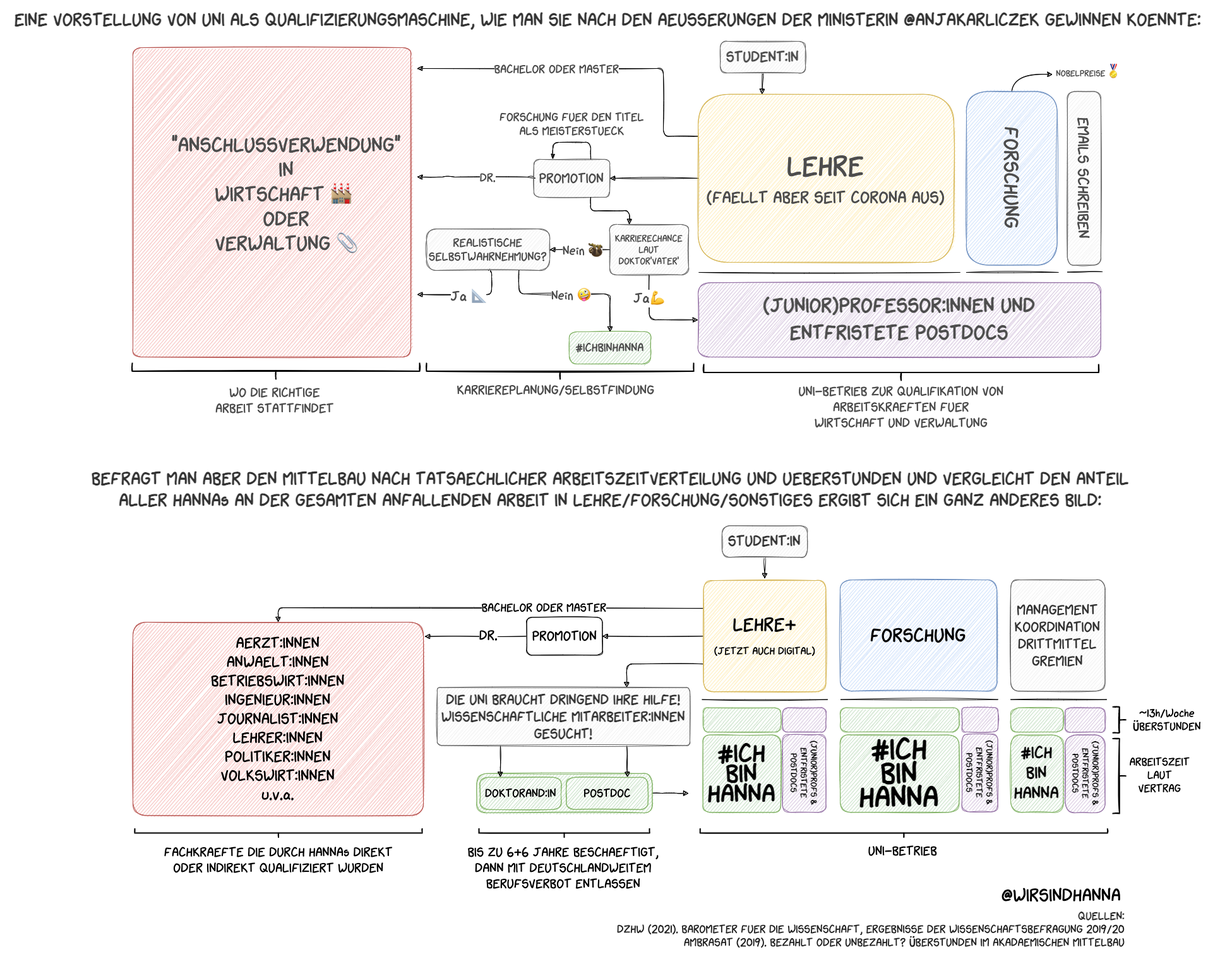
The draw.io diagram ArbeitszeitenUeberstunden.drawio.png in WirSindHanna/Visualizations, before a commit. Source tidied: cells renumbered, new cells last; positions are measured from the earlier drawing's top-left corner, leaving out a move shared by most shapes.
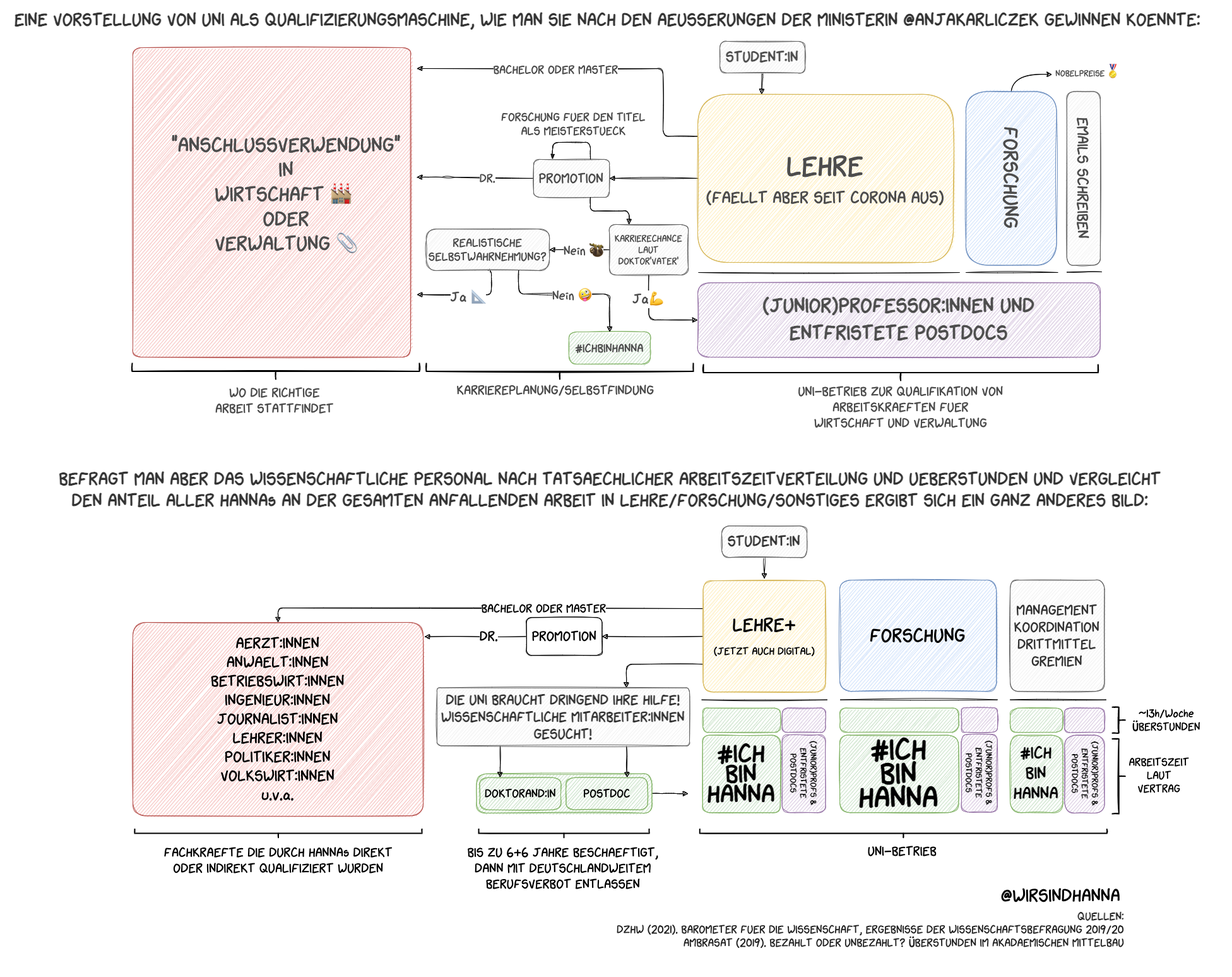
Above is the later version.

Commit message:
Replaced "Mittelbau" with "wissenschaftliches Personal"

What changed in the source:
```diff
@@ -295,8 +295,8 @@
         <mxPoint x="1752" y="1107.6" as="targetPoint" />
       </mxGeometry>
     </mxCell>
-    <mxCell id="76" value="&lt;font color=&quot;#333333&quot;&gt;&lt;span style=&quot;font-size: 29px&quot;&gt;&lt;b&gt;BEFRAGT MAN ABER DEN MITTELBAU NACH TATSAECHLICHER ARBEITSZEITVERTEILUNG UND UEBERSTUNDEN UND VERGLEICHT DEN ANTEIL&lt;br&gt;ALLER HANNAs AN DER GESAMTEN ANFALLENDEN ARBEIT IN LEHRE/FORSCHUNG/SONSTIGES ERGIBT SICH EIN GANZ ANDERES BILD:&lt;/b&gt;&lt;/span&gt;&lt;/font&gt;" style="text;html=1;align=center;verticalAlign=middle;strokeColor=none;fontSize=15;fontFamily=Xkcd Script;" parent="1" vertex="1">
-      <mxGeometry x="135.5" y="749" width="1660" height="50" as="geometry" />
+    <mxCell id="76" value="&lt;font color=&quot;#333333&quot;&gt;&lt;span style=&quot;font-size: 29px&quot;&gt;&lt;b&gt;BEFRAGT MAN ABER DAS WISSENSCHAFTLICHE PERSONAL NACH TATSAECHLICHER ARBEITSZEITVERTEILUNG UND UEBERSTUNDEN UND VERGLEICHT&lt;br&gt;DEN ANTEIL ALLER HANNAs AN DER GESAMTEN ANFALLENDEN ARBEIT IN LEHRE/FORSCHUNG/SONSTIGES ERGIBT SICH EIN GANZ ANDERES BILD:&lt;/b&gt;&lt;/span&gt;&lt;/font&gt;" style="text;html=1;align=center;verticalAlign=middle;strokeColor=none;fontSize=15;fontFamily=Xkcd Script;" parent="1" vertex="1">
+      <mxGeometry x="85.5" y="749" width="1760" height="50" as="geometry" />
     </mxCell>
     <mxCell id="77" style="group;" parent="1" vertex="1">
       <mxGeometry x="1113" y="1120.3" width="636.7" height="39" as="geometry" />
```
